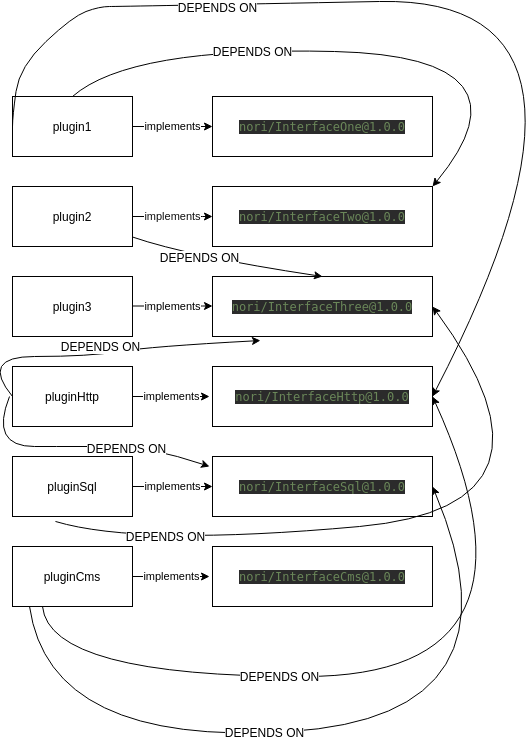
secure2work/nori keeps this draw.io diagram as internal/dependency/schemes/TestDependencyGraph_Sort1.png. Above is the earlier version. Source tidied: cells renumbered, new cells last; positions are measured from the earlier drawing's top-left corner, leaving out a move shared by most shapes.
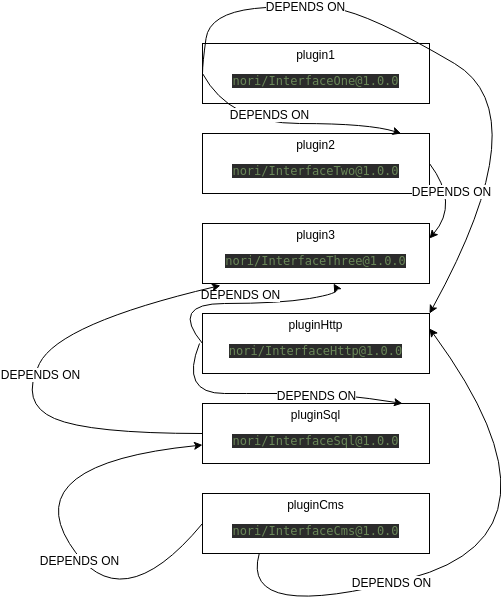
Later version of the same file.

Change to the diagram source:
```diff
@@ -2,104 +2,55 @@
   <root>
     <mxCell id="0" />
     <mxCell id="1" parent="0" />
-    <mxCell id="2" value="plugin1" style="rounded=0;whiteSpace=wrap;html=1;" parent="1" vertex="1">
-      <mxGeometry x="33" y="100" width="120" height="60" as="geometry" />
+    <mxCell id="2" value="plugin1&lt;br&gt;&lt;pre style=&quot;color: rgb(169 , 183 , 198) ; font-size: 9pt ; background-color: rgb(43 , 43 , 43) ; font-family: &amp;#34;dejavu sans mono&amp;#34;&quot;&gt;&lt;span style=&quot;color: rgb(106 , 135 , 89)&quot;&gt;nori/InterfaceOne@1.0.0&lt;/span&gt;&lt;/pre&gt;" style="rounded=0;whiteSpace=wrap;html=1;" parent="1" vertex="1">
+      <mxGeometry x="33" y="100" width="227" height="60" as="geometry" />
     </mxCell>
-    <mxCell id="3" value="plugin2" style="rounded=0;whiteSpace=wrap;html=1;" parent="1" vertex="1">
-      <mxGeometry x="33" y="190" width="120" height="60" as="geometry" />
+    <mxCell id="3" value="plugin2&lt;br&gt;&lt;pre style=&quot;color: rgb(169 , 183 , 198) ; font-size: 9pt ; background-color: rgb(43 , 43 , 43) ; font-family: &amp;#34;dejavu sans mono&amp;#34;&quot;&gt;&lt;span style=&quot;color: rgb(106 , 135 , 89)&quot;&gt;nori/InterfaceTwo@1.0.0&lt;/span&gt;&lt;/pre&gt;" style="rounded=0;whiteSpace=wrap;html=1;" parent="1" vertex="1">
+      <mxGeometry x="33" y="190" width="227" height="60" as="geometry" />
     </mxCell>
-    <mxCell id="4" value="plugin3" style="rounded=0;whiteSpace=wrap;html=1;" parent="1" vertex="1">
-      <mxGeometry x="33" y="280" width="120" height="60" as="geometry" />
+    <mxCell id="4" value="plugin3&lt;br&gt;&lt;pre style=&quot;color: rgb(169 , 183 , 198) ; font-size: 9pt ; background-color: rgb(43 , 43 , 43) ; font-family: &amp;#34;dejavu sans mono&amp;#34;&quot;&gt;&lt;span style=&quot;color: rgb(106 , 135 , 89)&quot;&gt;nori/InterfaceThree@1.0.0&lt;/span&gt;&lt;/pre&gt;" style="rounded=0;whiteSpace=wrap;html=1;" parent="1" vertex="1">
+      <mxGeometry x="33" y="280" width="227" height="60" as="geometry" />
     </mxCell>
-    <mxCell id="5" value="pluginHttp" style="rounded=0;whiteSpace=wrap;html=1;" parent="1" vertex="1">
-      <mxGeometry x="33" y="370" width="120" height="60" as="geometry" />
+    <mxCell id="5" value="pluginHttp&lt;br&gt;&lt;pre style=&quot;color: rgb(169 , 183 , 198) ; font-size: 9pt ; background-color: rgb(43 , 43 , 43) ; font-family: &amp;#34;dejavu sans mono&amp;#34;&quot;&gt;&lt;span style=&quot;color: rgb(106 , 135 , 89)&quot;&gt;nori/InterfaceHttp@1.0.0&lt;/span&gt;&lt;/pre&gt;" style="rounded=0;whiteSpace=wrap;html=1;" parent="1" vertex="1">
+      <mxGeometry x="33" y="370" width="227" height="60" as="geometry" />
     </mxCell>
-    <mxCell id="6" value="implements" style="endArrow=classic;html=1;exitX=1;exitY=0.5;exitDx=0;exitDy=0;" parent="1" edge="1" source="5">
-      <mxGeometry relative="1" as="geometry">
-        <mxPoint x="230" y="400" as="targetPoint" />
-      </mxGeometry>
-    </mxCell>
-    <mxCell id="7" value="&lt;pre style=&quot;background-color: rgb(43 , 43 , 43) ; font-family: &amp;#34;dejavu sans mono&amp;#34; ; font-size: 9pt&quot;&gt;&lt;pre style=&quot;color: rgb(169 , 183 , 198) ; font-family: &amp;#34;dejavu sans mono&amp;#34; ; font-size: 9pt&quot;&gt;&lt;pre style=&quot;font-family: &amp;#34;dejavu sans mono&amp;#34; ; font-size: 9pt&quot;&gt;&lt;span style=&quot;color: #6a8759&quot;&gt;nori/InterfaceOne@1.0.0&lt;/span&gt;&lt;/pre&gt;&lt;/pre&gt;&lt;/pre&gt;" style="rounded=0;html=1;fontColor=#FFFFFF;whiteSpace=wrap;" parent="1" vertex="1">
-      <mxGeometry x="233" y="100" width="220" height="60" as="geometry" />
-    </mxCell>
-    <mxCell id="8" value="implements" style="endArrow=classic;html=1;exitX=1;exitY=0.5;exitDx=0;exitDy=0;entryX=0;entryY=0.5;entryDx=0;entryDy=0;" parent="1" edge="1" source="2" target="7">
-      <mxGeometry relative="1" as="geometry" />
-    </mxCell>
     <mxCell id="9" value="Text" style="text;html=1;align=center;verticalAlign=middle;fontColor=#FFFFFF;" parent="1" vertex="1">
       <mxGeometry x="266" y="230" width="40" height="20" as="geometry" />
     </mxCell>
-    <mxCell id="10" value="&lt;pre style=&quot;background-color: rgb(43 , 43 , 43) ; font-family: &amp;#34;dejavu sans mono&amp;#34; ; font-size: 9pt&quot;&gt;&lt;pre style=&quot;color: rgb(169 , 183 , 198) ; font-family: &amp;#34;dejavu sans mono&amp;#34; ; font-size: 9pt&quot;&gt;&lt;pre style=&quot;font-family: &amp;#34;dejavu sans mono&amp;#34; ; font-size: 9pt&quot;&gt;&lt;span style=&quot;color: #6a8759&quot;&gt;nori/InterfaceTwo@1.0.0&lt;/span&gt;&lt;/pre&gt;&lt;/pre&gt;&lt;/pre&gt;" style="rounded=0;html=1;fontColor=#FFFFFF;whiteSpace=wrap;" parent="1" vertex="1">
-      <mxGeometry x="233" y="190" width="220" height="60" as="geometry" />
-    </mxCell>
-    <mxCell id="11" value="&lt;pre style=&quot;background-color: rgb(43 , 43 , 43) ; font-family: &amp;#34;dejavu sans mono&amp;#34; ; font-size: 9pt&quot;&gt;&lt;pre style=&quot;color: rgb(169 , 183 , 198) ; font-family: &amp;#34;dejavu sans mono&amp;#34; ; font-size: 9pt&quot;&gt;&lt;pre style=&quot;font-family: &amp;#34;dejavu sans mono&amp;#34; ; font-size: 9pt&quot;&gt;&lt;span style=&quot;color: #6a8759&quot;&gt;nori/InterfaceThree@1.0.0&lt;/span&gt;&lt;/pre&gt;&lt;/pre&gt;&lt;/pre&gt;" style="rounded=0;html=1;fontColor=#FFFFFF;whiteSpace=wrap;" parent="1" vertex="1">
-      <mxGeometry x="233" y="280" width="220" height="60" as="geometry" />
-    </mxCell>
-    <mxCell id="12" value="&lt;pre style=&quot;background-color: rgb(43 , 43 , 43) ; font-family: &amp;#34;dejavu sans mono&amp;#34; ; font-size: 9pt&quot;&gt;&lt;pre style=&quot;color: rgb(169 , 183 , 198) ; font-family: &amp;#34;dejavu sans mono&amp;#34; ; font-size: 9pt&quot;&gt;&lt;pre style=&quot;font-family: &amp;#34;dejavu sans mono&amp;#34; ; font-size: 9pt&quot;&gt;&lt;span style=&quot;color: #6a8759&quot;&gt;nori/InterfaceHttp@1.0.0&lt;/span&gt;&lt;/pre&gt;&lt;/pre&gt;&lt;/pre&gt;" style="rounded=0;html=1;fontColor=#FFFFFF;whiteSpace=wrap;" parent="1" vertex="1">
-      <mxGeometry x="233" y="370" width="220" height="60" as="geometry" />
-    </mxCell>
-    <mxCell id="13" value="implements" style="endArrow=classic;html=1;fontColor=#0F0F0F;exitX=1;exitY=0.5;exitDx=0;exitDy=0;entryX=0;entryY=0.5;entryDx=0;entryDy=0;" parent="1" edge="1" source="3" target="10">
-      <mxGeometry relative="1" as="geometry">
-        <Array as="points">
-          <mxPoint x="233" y="220" />
-        </Array>
-      </mxGeometry>
-    </mxCell>
-    <mxCell id="14" value="implements" style="endArrow=classic;html=1;fontColor=#000000;exitX=1;exitY=0.5;exitDx=0;exitDy=0;entryX=0;entryY=0.5;entryDx=0;entryDy=0;" parent="1" edge="1">
-      <mxGeometry relative="1" as="geometry">
-        <mxPoint x="153" y="309.5" as="sourcePoint" />
-        <mxPoint x="233" y="309.5" as="targetPoint" />
-        <Array as="points">
-          <mxPoint x="233" y="309.5" />
-        </Array>
-      </mxGeometry>
-    </mxCell>
-    <mxCell id="15" value="pluginSql" style="rounded=0;whiteSpace=wrap;html=1;" parent="1" vertex="1">
-      <mxGeometry x="33" y="460" width="120" height="60" as="geometry" />
+    <mxCell id="15" value="pluginSql&lt;br&gt;&lt;pre style=&quot;color: rgb(169 , 183 , 198) ; font-size: 9pt ; background-color: rgb(43 , 43 , 43) ; font-family: &amp;#34;dejavu sans mono&amp;#34;&quot;&gt;&lt;span style=&quot;color: rgb(106 , 135 , 89)&quot;&gt;nori/InterfaceSql@1.0.0&lt;/span&gt;&lt;/pre&gt;" style="rounded=0;whiteSpace=wrap;html=1;" parent="1" vertex="1">
+      <mxGeometry x="33" y="460" width="227" height="60" as="geometry" />
     </mxCell>
-    <mxCell id="16" value="implements" style="endArrow=classic;html=1;exitX=1;exitY=0.5;exitDx=0;exitDy=0;entryX=0;entryY=0.5;entryDx=0;entryDy=0;" parent="1" edge="1" source="15" target="17">
-      <mxGeometry relative="1" as="geometry" />
-    </mxCell>
-    <mxCell id="17" value="&lt;pre style=&quot;background-color: rgb(43 , 43 , 43) ; font-family: &amp;#34;dejavu sans mono&amp;#34; ; font-size: 9pt&quot;&gt;&lt;pre style=&quot;color: rgb(169 , 183 , 198) ; font-family: &amp;#34;dejavu sans mono&amp;#34; ; font-size: 9pt&quot;&gt;&lt;pre style=&quot;font-family: &amp;#34;dejavu sans mono&amp;#34; ; font-size: 9pt&quot;&gt;&lt;span style=&quot;color: #6a8759&quot;&gt;nori/InterfaceSql@1.0.0&lt;/span&gt;&lt;/pre&gt;&lt;/pre&gt;&lt;/pre&gt;" style="rounded=0;html=1;fontColor=#FFFFFF;whiteSpace=wrap;" parent="1" vertex="1">
-      <mxGeometry x="233" y="460" width="220" height="60" as="geometry" />
-    </mxCell>
-    <mxCell id="18" value="pluginCms" style="rounded=0;whiteSpace=wrap;html=1;" parent="1" vertex="1">
-      <mxGeometry x="33" y="550" width="120" height="60" as="geometry" />
+    <mxCell id="18" value="pluginCms&lt;br&gt;&lt;pre style=&quot;color: rgb(169 , 183 , 198) ; font-size: 9pt ; background-color: rgb(43 , 43 , 43) ; font-family: &amp;#34;dejavu sans mono&amp;#34;&quot;&gt;&lt;span style=&quot;color: rgb(106 , 135 , 89)&quot;&gt;nori/InterfaceCms@1.0.0&lt;/span&gt;&lt;/pre&gt;" style="rounded=0;whiteSpace=wrap;html=1;" parent="1" vertex="1">
+      <mxGeometry x="33" y="550" width="227" height="60" as="geometry" />
     </mxCell>
-    <mxCell id="19" value="implements" style="endArrow=classic;html=1;exitX=1;exitY=0.5;exitDx=0;exitDy=0;" parent="1" edge="1" source="18">
-      <mxGeometry relative="1" as="geometry">
-        <mxPoint x="230" y="580" as="targetPoint" />
-      </mxGeometry>
-    </mxCell>
-    <mxCell id="20" value="&lt;pre style=&quot;background-color: rgb(43 , 43 , 43) ; font-family: &amp;#34;dejavu sans mono&amp;#34; ; font-size: 9pt&quot;&gt;&lt;pre style=&quot;color: rgb(169 , 183 , 198) ; font-family: &amp;#34;dejavu sans mono&amp;#34; ; font-size: 9pt&quot;&gt;&lt;pre style=&quot;font-family: &amp;#34;dejavu sans mono&amp;#34; ; font-size: 9pt&quot;&gt;&lt;span style=&quot;color: #6a8759&quot;&gt;nori/InterfaceCms@1.0.0&lt;/span&gt;&lt;/pre&gt;&lt;/pre&gt;&lt;/pre&gt;" style="rounded=0;html=1;fontColor=#FFFFFF;whiteSpace=wrap;" parent="1" vertex="1">
-      <mxGeometry x="233" y="550" width="220" height="60" as="geometry" />
-    </mxCell>
-    <mxCell id="21" style="curved=1;endArrow=classic;html=1;exitX=0.5;exitY=0;exitDx=0;exitDy=0;entryX=1;entryY=0;entryDx=0;entryDy=0;" parent="1" edge="1" source="2" target="10">
+    <mxCell id="21" style="curved=1;endArrow=classic;html=1;exitX=0;exitY=0.5;exitDx=0;exitDy=0;entryX=0.875;entryY=0;entryDx=0;entryDy=0;entryPerimeter=0;" parent="1" edge="1" source="2" target="3">
       <mxGeometry relative="1" as="geometry">
         <Array as="points">
-          <mxPoint x="150" y="50" />
-          <mxPoint x="560" y="60" />
+          <mxPoint x="60" y="180" />
+          <mxPoint x="200" y="180" />
         </Array>
       </mxGeometry>
     </mxCell>
     <mxCell id="22" value="DEPENDS ON" style="text;html=1;align=center;verticalAlign=middle;labelBackgroundColor=#ffffff;" parent="21" vertex="1">
-      <mxGeometry x="-0.4" y="-2" relative="1" as="geometry" />
+      <mxGeometry x="-0.4" y="-2" relative="1" as="geometry">
+        <mxPoint x="26.8" y="-12" as="offset" />
+      </mxGeometry>
     </mxCell>
-    <mxCell id="23" style="curved=1;endArrow=classic;html=1;exitX=0;exitY=0.5;exitDx=0;exitDy=0;entryX=1;entryY=0.5;entryDx=0;entryDy=0;" parent="1" edge="1" source="2" target="12">
+    <mxCell id="23" style="curved=1;endArrow=classic;html=1;exitX=0;exitY=0.5;exitDx=0;exitDy=0;entryX=1;entryY=0;entryDx=0;entryDy=0;" parent="1" edge="1" source="2" target="5">
       <mxGeometry relative="1" as="geometry">
         <Array as="points">
           <mxPoint x="33" y="120" />
           <mxPoint x="40" y="70" />
-          <mxPoint x="93" y="20" />
-          <mxPoint x="120" y="10" />
-          <mxPoint x="140" y="10" />
-          <mxPoint x="660" />
+          <mxPoint x="130" y="60" />
+          <mxPoint x="200" y="70" />
+          <mxPoint x="370" y="170" />
         </Array>
       </mxGeometry>
     </mxCell>
     <mxCell id="24" value="DEPENDS ON" style="text;html=1;align=center;verticalAlign=middle;labelBackgroundColor=#ffffff;" parent="23" vertex="1">
       <mxGeometry x="-0.51" y="-2" relative="1" as="geometry" />
     </mxCell>
-    <mxCell id="25" style="curved=1;endArrow=classic;html=1;exitX=0;exitY=0.5;exitDx=0;exitDy=0;entryX=0.218;entryY=1.067;entryDx=0;entryDy=0;entryPerimeter=0;" parent="1" edge="1" source="5" target="11">
+    <mxCell id="25" style="curved=1;endArrow=classic;html=1;exitX=0;exitY=0.5;exitDx=0;exitDy=0;" parent="1" edge="1" source="5" target="4">
       <mxGeometry relative="1" as="geometry">
         <Array as="points">
           <mxPoint y="360" />
@@ -113,10 +64,9 @@
         <mxPoint x="6.6" y="-11.5" as="offset" />
       </mxGeometry>
     </mxCell>
-    <mxCell id="27" style="curved=1;endArrow=classic;html=1;" parent="1" edge="1">
+    <mxCell id="27" style="curved=1;endArrow=classic;html=1;entryX=0.881;entryY=0;entryDx=0;entryDy=0;entryPerimeter=0;" parent="1" edge="1" target="15">
       <mxGeometry relative="1" as="geometry">
         <mxPoint x="30" y="400" as="sourcePoint" />
-        <mxPoint x="230" y="470" as="targetPoint" />
         <Array as="points">
           <mxPoint x="10" y="450" />
           <mxPoint x="100" y="450" />
@@ -127,43 +77,46 @@
     <mxCell id="28" value="DEPENDS ON" style="text;html=1;align=center;verticalAlign=middle;labelBackgroundColor=#ffffff;" parent="27" vertex="1">
       <mxGeometry x="0.37" y="-1" relative="1" as="geometry" />
     </mxCell>
-    <mxCell id="29" style="curved=1;endArrow=classic;html=1;entryX=0.5;entryY=0;entryDx=0;entryDy=0;" parent="1" edge="1" source="3" target="11">
+    <mxCell id="29" style="curved=1;endArrow=classic;html=1;entryX=1;entryY=0.25;entryDx=0;entryDy=0;exitX=1;exitY=0.5;exitDx=0;exitDy=0;" parent="1" edge="1" source="3" target="4">
       <mxGeometry relative="1" as="geometry">
         <Array as="points">
-          <mxPoint x="210" y="260" />
+          <mxPoint x="290" y="260" />
         </Array>
       </mxGeometry>
     </mxCell>
     <mxCell id="30" value="DEPENDS ON" style="text;html=1;align=center;verticalAlign=middle;labelBackgroundColor=#ffffff;" parent="29" vertex="1">
       <mxGeometry x="-0.28" y="1" relative="1" as="geometry" />
     </mxCell>
-    <mxCell id="31" style="curved=1;endArrow=classic;html=1;exitX=0.358;exitY=1.083;exitDx=0;exitDy=0;exitPerimeter=0;entryX=1;entryY=0.5;entryDx=0;entryDy=0;" parent="1" edge="1" source="15" target="11">
+    <mxCell id="31" style="curved=1;endArrow=classic;html=1;exitX=0;exitY=0.5;exitDx=0;exitDy=0;entryX=0.079;entryY=1.033;entryDx=0;entryDy=0;entryPerimeter=0;" parent="1" edge="1" source="15" target="4">
       <mxGeometry relative="1" as="geometry">
         <Array as="points">
-          <mxPoint x="160" y="550" />
-          <mxPoint x="600" y="510" />
+          <mxPoint x="-80" y="490" />
+          <mxPoint x="-150" y="460" />
+          <mxPoint x="-110" y="380" />
         </Array>
       </mxGeometry>
     </mxCell>
     <mxCell id="32" value="DEPENDS ON" style="text;html=1;align=center;verticalAlign=middle;labelBackgroundColor=#ffffff;" parent="31" vertex="1">
-      <mxGeometry x="-0.71" y="8" relative="1" as="geometry" />
+      <mxGeometry x="-0.71" y="8" relative="1" as="geometry">
+        <mxPoint x="-98" y="-68" as="offset" />
+      </mxGeometry>
     </mxCell>
-    <mxCell id="33" style="curved=1;endArrow=classic;html=1;exitX=0.25;exitY=1;exitDx=0;exitDy=0;entryX=1;entryY=0.5;entryDx=0;entryDy=0;" parent="1" edge="1" source="18" target="12">
+    <mxCell id="33" style="curved=1;endArrow=classic;html=1;exitX=0.25;exitY=1;exitDx=0;exitDy=0;entryX=1;entryY=0.25;entryDx=0;entryDy=0;" parent="1" edge="1" source="18" target="5">
       <mxGeometry relative="1" as="geometry">
         <Array as="points">
           <mxPoint x="70" y="680" />
-          <mxPoint x="580" y="680" />
+          <mxPoint x="410" y="590" />
         </Array>
       </mxGeometry>
     </mxCell>
     <mxCell id="34" value="DEPENDS ON" style="text;html=1;align=center;verticalAlign=middle;labelBackgroundColor=#ffffff;" parent="33" vertex="1">
       <mxGeometry x="-0.32" y="1" relative="1" as="geometry" />
     </mxCell>
-    <mxCell id="35" style="curved=1;endArrow=classic;html=1;exitX=0.142;exitY=1;exitDx=0;exitDy=0;exitPerimeter=0;entryX=1;entryY=0.5;entryDx=0;entryDy=0;" parent="1" edge="1" source="18" target="17">
+    <mxCell id="35" style="curved=1;endArrow=classic;html=1;exitX=0;exitY=0.5;exitDx=0;exitDy=0;" parent="1" edge="1" source="18" target="15">
       <mxGeometry relative="1" as="geometry">
         <Array as="points">
-          <mxPoint x="70" y="750" />
-          <mxPoint x="550" y="720" />
+          <mxPoint x="-50" y="680" />
+          <mxPoint x="-150" y="520" />
         </Array>
       </mxGeometry>
     </mxCell>
```
